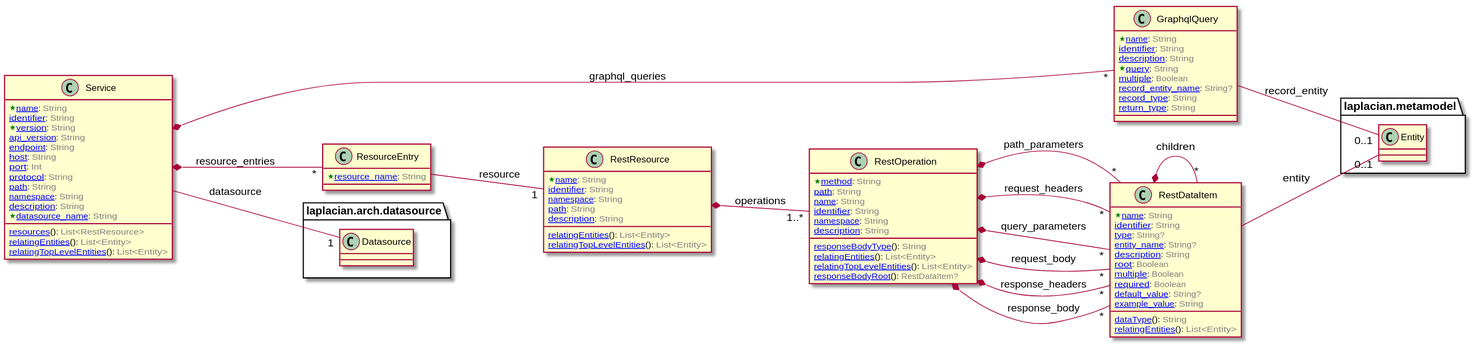
Above: doc/image/model-diagram.svg in laplacian-arch/api-service.domain-model (PlantUML), before the change.
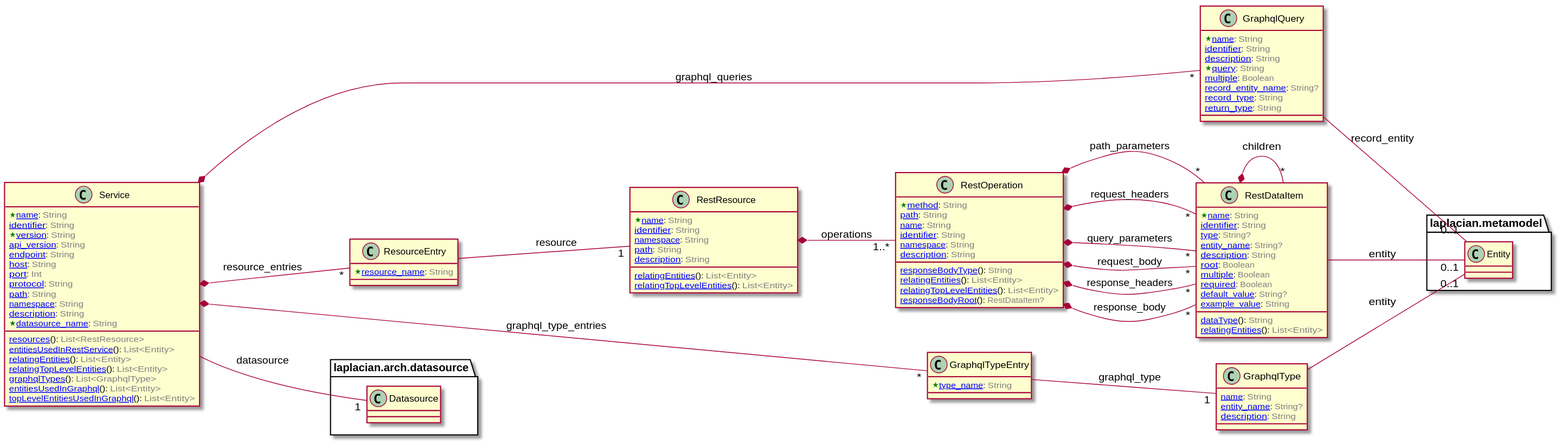
The same diagram one commit later.

Diff of the diagram source:
```diff
@@ -24,6 +24,27 @@
 
 
 GraphqlQuery -- "0..1" Entity : record_entity
+
+
+
+
+class GraphqlType [[/blob/master/doc/entities/GraphqlType.md]] {
+  [[/blob/master/doc/entities/GraphqlType.md#name-string name]]: <color:GRAY>String</color>
+  [[/blob/master/doc/entities/GraphqlType.md#entity_name-string entity_name]]: <color:GRAY>String?</color>
+  [[/blob/master/doc/entities/GraphqlType.md#description-string description]]: <color:GRAY>String</color>
+}
+
+
+
+
+
+package laplacian.metamodel {
+  class Entity {
+  }
+}
+
+
+GraphqlType -- "0..1" Entity : entity
 
 
 
@@ -157,8 +178,12 @@
   [[/blob/master/doc/entities/Service.md#description-string description]]: <color:GRAY>String</color>
   <color:Green><&star></color>[[/blob/master/doc/entities/Service.md#datasource_name-string datasource_name]]: <color:GRAY>String</color>
   [[/blob/master/doc/entities/Service.md#resources-listRestResource resources]](): <color:GRAY>List<RestResource></color>
+  [[/blob/master/doc/entities/Service.md#entities_used_in_rest_service-listEntity entitiesUsedInRestService]](): <color:GRAY>List<Entity></color>
   [[/blob/master/doc/entities/Service.md#relating_entities-listEntity relatingEntities]](): <color:GRAY>List<Entity></color>
   [[/blob/master/doc/entities/Service.md#relating_top_level_entities-listEntity relatingTopLevelEntities]](): <color:GRAY>List<Entity></color>
+  [[/blob/master/doc/entities/Service.md#graphql_types-listGraphqlType graphqlTypes]](): <color:GRAY>List<GraphqlType></color>
+  [[/blob/master/doc/entities/Service.md#entities_used_in_graphql-listEntity entitiesUsedInGraphql]](): <color:GRAY>List<Entity></color>
+  [[/blob/master/doc/entities/Service.md#top_level_entities_used_in_graphql-listEntity topLevelEntitiesUsedInGraphql]](): <color:GRAY>List<Entity></color>
 }
 
 
@@ -190,6 +215,27 @@
 
 
 
+
+
+Service *-- "*" GraphqlTypeEntry : graphql_type_entries
+
+
+
+
+class GraphqlTypeEntry [[/blob/master/doc/entities/GraphqlTypeEntry.md]] {
+  <color:Green><&star></color>[[/blob/master/doc/entities/GraphqlTypeEntry.md#type_name-string type_name]]: <color:GRAY>String</color>
+}
+
+
+
+
+
+
+GraphqlTypeEntry -- "1" GraphqlType : graphql_type
+
+
+
+
 class ResourceEntry [[/blob/master/doc/entities/ResourceEntry.md]] {
   <color:Green><&star></color>[[/blob/master/doc/entities/ResourceEntry.md#resource_name-string resource_name]]: <color:GRAY>String</color>
 }
```
